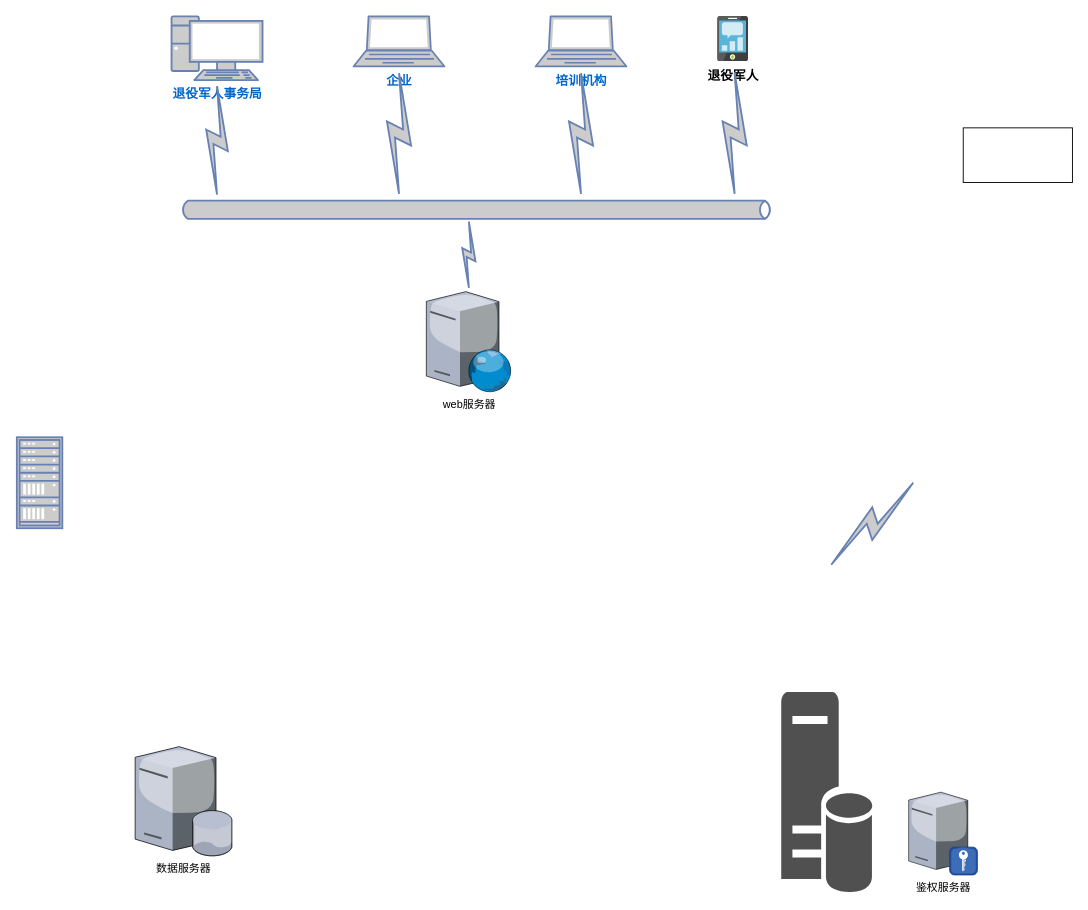
Above: 系统部署架构图.drawio in z-cloud-z/draw (draw.io), before the change. Source tidied: cells renumbered, new cells numbered last; positions are measured from the earlier drawing's top-left corner, leaving out a move shared by most shapes. Both pictures are drawn from the tidied source at 91%, with x=0, y=0 at pixel (16, 16).
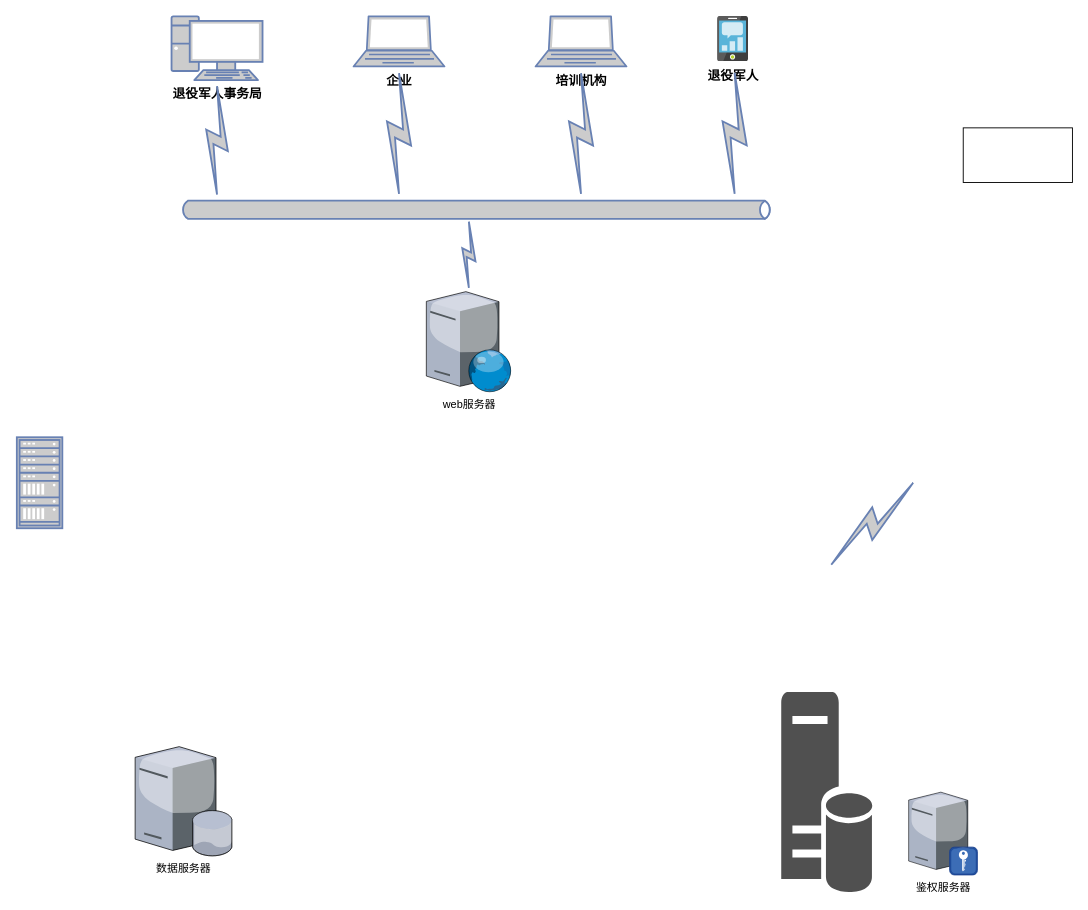
The same page after the edit.

Commit message (it also covers changes not shown here):
更新系统部署架构图.drawio

The edit, as a diff of the source:
```diff
@@
-    <mxCell id="4" value="&lt;font style=&quot;font-size: 14px;&quot;&gt;&lt;b&gt;企业&lt;/b&gt;&lt;/font&gt;" style="fontColor=#0066CC;verticalAlign=top;verticalLabelPosition=bottom;labelPosition=center;align=center;html=1;outlineConnect=0;fillColor=#CCCCCC;strokeColor=#6881B3;gradientColor=none;gradientDirection=north;strokeWidth=2;shape=mxgraph.networks.laptop;" parent="1" vertex="1">
+    <mxCell id="4" value="&lt;font color=&quot;#000000&quot; style=&quot;font-size: 14px;&quot;&gt;&lt;b&gt;企业&lt;/b&gt;&lt;/font&gt;" style="fontColor=#0066CC;verticalAlign=top;verticalLabelPosition=bottom;labelPosition=center;align=center;html=1;outlineConnect=0;fillColor=#CCCCCC;strokeColor=#6881B3;gradientColor=none;gradientDirection=north;strokeWidth=2;shape=mxgraph.networks.laptop;" parent="1" vertex="1">
       <mxGeometry x="370" y="-0.5" width="100" height="55" as="geometry" />
     </mxCell>
@@
-    <mxCell id="12" value="&lt;b&gt;&lt;font style=&quot;font-size: 14px;&quot;&gt;退役军人事务局&lt;/font&gt;&lt;/b&gt;" style="fontColor=#0066CC;verticalAlign=top;verticalLabelPosition=bottom;labelPosition=center;align=center;html=1;outlineConnect=0;fillColor=#CCCCCC;strokeColor=#6881B3;gradientColor=none;gradientDirection=north;strokeWidth=2;shape=mxgraph.networks.pc;" parent="1" vertex="1">
+    <mxCell id="12" value="&lt;b&gt;&lt;font color=&quot;#000000&quot; style=&quot;font-size: 14px;&quot;&gt;退役军人事务局&lt;/font&gt;&lt;/b&gt;" style="fontColor=#0066CC;verticalAlign=top;verticalLabelPosition=bottom;labelPosition=center;align=center;html=1;outlineConnect=0;fillColor=#CCCCCC;strokeColor=#6881B3;gradientColor=none;gradientDirection=north;strokeWidth=2;shape=mxgraph.networks.pc;" parent="1" vertex="1">
       <mxGeometry x="170" y="-0.5" width="100" height="70" as="geometry" />
     </mxCell>
-    <mxCell id="13" value="&lt;b&gt;&lt;font style=&quot;font-size: 14px;&quot;&gt;培训机构&lt;/font&gt;&lt;/b&gt;" style="fontColor=#0066CC;verticalAlign=top;verticalLabelPosition=bottom;labelPosition=center;align=center;html=1;outlineConnect=0;fillColor=#CCCCCC;strokeColor=#6881B3;gradientColor=none;gradientDirection=north;strokeWidth=2;shape=mxgraph.networks.laptop;" parent="1" vertex="1">
+    <mxCell id="13" value="&lt;b&gt;&lt;font color=&quot;#000000&quot; style=&quot;font-size: 14px;&quot;&gt;培训机构&lt;/font&gt;&lt;/b&gt;" style="fontColor=#0066CC;verticalAlign=top;verticalLabelPosition=bottom;labelPosition=center;align=center;html=1;outlineConnect=0;fillColor=#CCCCCC;strokeColor=#6881B3;gradientColor=none;gradientDirection=north;strokeWidth=2;shape=mxgraph.networks.laptop;" parent="1" vertex="1">
       <mxGeometry x="570" y="-0.5" width="100" height="55" as="geometry" />
     </mxCell>
```
